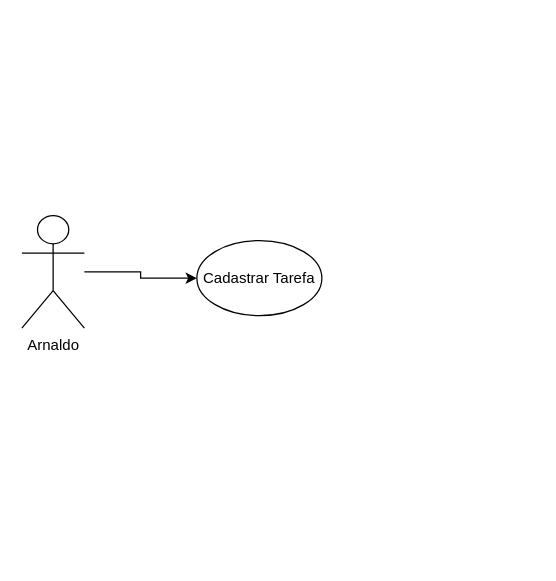
ArcanjoDaGuarda/AnjoProjetos keeps this draw.io diagram as Diagrama sem nome.drawio. Above is the earlier version. Source tidied: cells renumbered, new cells numbered last; positions are measured from the earlier drawing's top-left corner, leaving out a move shared by most shapes. Both pictures are drawn from the tidied source at 125%, with x=0, y=0 at pixel (21, 215).
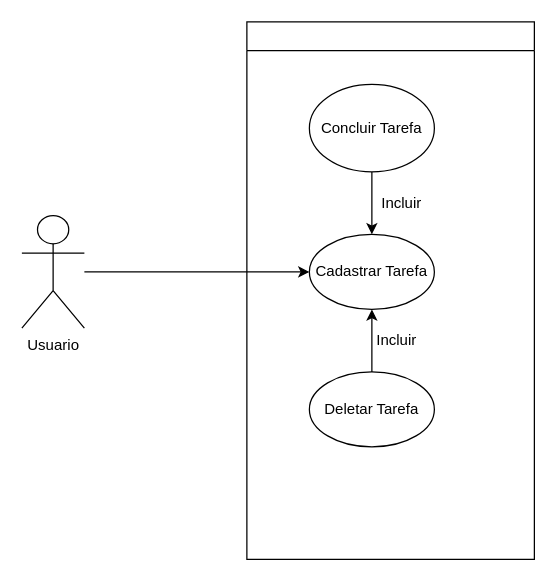
The same diagram, later.

What changed in the source:
```diff
@@
 <mxGraphModel>
   <root>
     <mxCell id="0" />
     <mxCell id="1" parent="0" />
     <mxCell id="2" style="edgeStyle=orthogonalEdgeStyle;rounded=0;jettySize=auto;html=1;" parent="1" edge="1" source="3" target="4">
       <mxGeometry relative="1" as="geometry" />
     </mxCell>
-    <mxCell id="3" value="Arnaldo" style="shape=umlActor;verticalLabelPosition=bottom;verticalAlign=top;html=1;outlineConnect=0;" parent="1" vertex="1">
+    <mxCell id="3" value="Usuario" style="shape=umlActor;verticalLabelPosition=bottom;verticalAlign=top;html=1;outlineConnect=0;" parent="1" vertex="1">
       <mxGeometry width="50" height="90" as="geometry" />
     </mxCell>
+    <mxCell id="5" style="swimlane;whiteSpace=wrap;html=1;" parent="1" vertex="1">
+      <mxGeometry x="180" y="-155" width="230" height="430" as="geometry" />
+    </mxCell>
-    <mxCell id="4" value="Cadastrar Tarefa" style="ellipse;whiteSpace=wrap;html=1;" parent="1" vertex="1">
-      <mxGeometry x="140" y="20" width="100" height="60" as="geometry" />
+    <mxCell id="4" value="Cadastrar Tarefa" style="ellipse;whiteSpace=wrap;html=1;" parent="5" vertex="1">
+      <mxGeometry x="50" y="170" width="100" height="60" as="geometry" />
     </mxCell>
+    <mxCell id="6" style="edgeStyle=orthogonalEdgeStyle;rounded=0;jettySize=auto;html=1;" parent="5" edge="1" source="7" target="4">
+      <mxGeometry relative="1" as="geometry" />
+    </mxCell>
+    <mxCell id="7" value="Concluir Tarefa" style="ellipse;whiteSpace=wrap;html=1;" parent="5" vertex="1">
+      <mxGeometry x="50" y="50" width="100" height="70" as="geometry" />
+    </mxCell>
+    <mxCell id="8" style="edgeStyle=orthogonalEdgeStyle;rounded=0;jettySize=auto;html=1;" parent="5" edge="1" source="9" target="4">
+      <mxGeometry relative="1" as="geometry" />
+    </mxCell>
+    <mxCell id="9" value="Deletar Tarefa" style="ellipse;whiteSpace=wrap;html=1;" parent="5" vertex="1">
+      <mxGeometry x="50" y="280" width="100" height="60" as="geometry" />
+    </mxCell>
+    <mxCell id="10" value="Incluir" style="text;html=1;strokeColor=none;fillColor=none;align=center;verticalAlign=middle;whiteSpace=wrap;rounded=0;" parent="5" vertex="1">
+      <mxGeometry x="90" y="240" width="60" height="30" as="geometry" />
+    </mxCell>
+    <mxCell id="11" value="Incluir" style="text;html=1;strokeColor=none;fillColor=none;align=center;verticalAlign=middle;whiteSpace=wrap;rounded=0;" parent="5" vertex="1">
+      <mxGeometry x="94" y="130" width="60" height="30" as="geometry" />
+    </mxCell>
   </root>
 </mxGraphModel>
```
